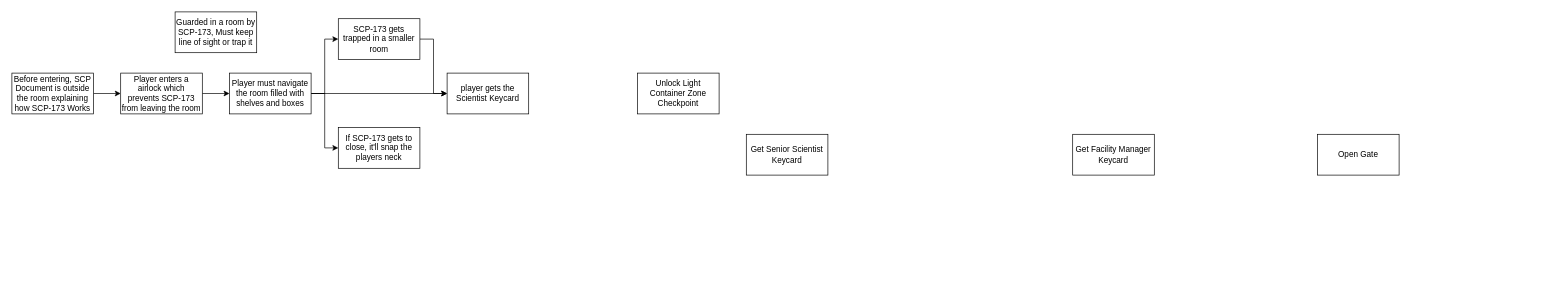
This is Assets/Scenes/Test Scenes/Puzzle Design Document.drawio from Mysterion83/GamesDesignAssessment, a draw.io file, before an edit. Source tidied: cells renumbered, new cells numbered last; positions are measured from the earlier drawing's top-left corner, leaving out a move shared by most shapes. Both pictures are drawn from the tidied source at 68%, with x=0, y=0 at pixel (12, 12).
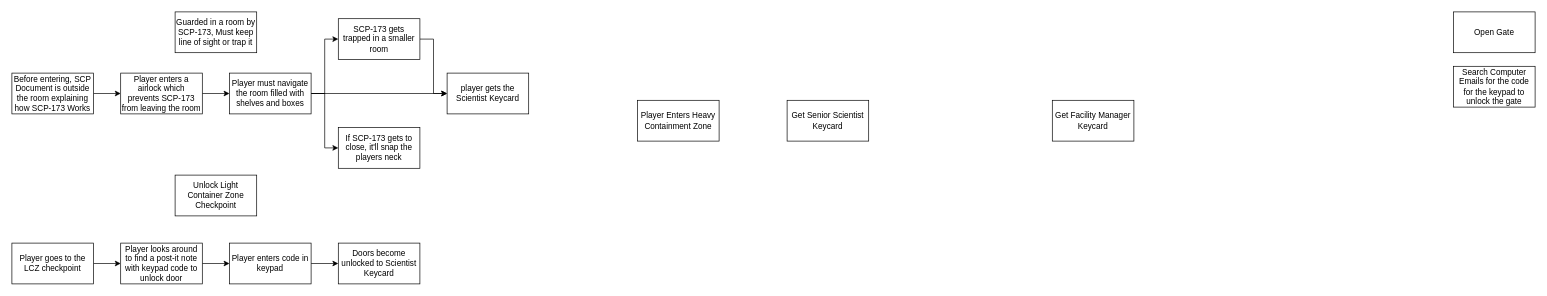
The same diagram, later.

The edit, as a diff of the source:
```diff
@@
     <mxCell id="3" value="Get Senior Scientist Keycard" style="rounded=0;whiteSpace=wrap;html=1;" parent="1" vertex="1">
-      <mxGeometry x="1080" y="180" width="120" height="60" as="geometry" />
+      <mxGeometry x="1140" y="130" width="120" height="60" as="geometry" />
     </mxCell>
     <mxCell id="4" value="Get Facility Manager Keycard" style="rounded=0;whiteSpace=wrap;html=1;" parent="1" vertex="1">
-      <mxGeometry x="1560" y="180" width="120" height="60" as="geometry" />
+      <mxGeometry x="1530" y="130" width="120" height="60" as="geometry" />
     </mxCell>
     <mxCell id="5" value="Open Gate" style="rounded=0;whiteSpace=wrap;html=1;" parent="1" vertex="1">
-      <mxGeometry x="1920" y="180" width="120" height="60" as="geometry" />
+      <mxGeometry x="2120" width="120" height="60" as="geometry" />
     </mxCell>
@@
     <mxCell id="18" value="Unlock Light Container Zone Checkpoint" style="rounded=0;whiteSpace=wrap;html=1;" parent="1" vertex="1">
-      <mxGeometry x="920" y="90" width="120" height="60" as="geometry" />
+      <mxGeometry x="240" y="240" width="120" height="60" as="geometry" />
     </mxCell>
+    <mxCell id="19" style="edgeStyle=orthogonalEdgeStyle;rounded=0;jettySize=auto;html=1;" parent="1" edge="1" source="20" target="22">
+      <mxGeometry relative="1" as="geometry" />
+    </mxCell>
+    <mxCell id="20" value="Player goes to the LCZ checkpoint" style="rounded=0;whiteSpace=wrap;html=1;" parent="1" vertex="1">
+      <mxGeometry y="340" width="120" height="60" as="geometry" />
+    </mxCell>
+    <mxCell id="21" style="edgeStyle=orthogonalEdgeStyle;rounded=0;jettySize=auto;html=1;" parent="1" edge="1" source="22" target="24">
+      <mxGeometry relative="1" as="geometry" />
+    </mxCell>
+    <mxCell id="22" value="Player looks around to find a post-it note with keypad code to unlock door" style="rounded=0;whiteSpace=wrap;html=1;" parent="1" vertex="1">
+      <mxGeometry x="160" y="340" width="120" height="60" as="geometry" />
+    </mxCell>
+    <mxCell id="23" style="edgeStyle=orthogonalEdgeStyle;rounded=0;jettySize=auto;html=1;" parent="1" edge="1" source="24" target="25">
+      <mxGeometry relative="1" as="geometry" />
+    </mxCell>
+    <mxCell id="24" value="Player enters code in keypad" style="rounded=0;whiteSpace=wrap;html=1;" parent="1" vertex="1">
+      <mxGeometry x="320" y="340" width="120" height="60" as="geometry" />
+    </mxCell>
+    <mxCell id="25" value="Doors become unlocked to Scientist Keycard" style="rounded=0;whiteSpace=wrap;html=1;" parent="1" vertex="1">
+      <mxGeometry x="480" y="340" width="120" height="60" as="geometry" />
+    </mxCell>
+    <mxCell id="26" value="Player Enters Heavy Containment Zone" style="rounded=0;whiteSpace=wrap;html=1;" parent="1" vertex="1">
+      <mxGeometry x="920" y="130" width="120" height="60" as="geometry" />
+    </mxCell>
+    <mxCell id="27" value="Search Computer Emails for the code for the keypad to unlock the gate" style="rounded=0;whiteSpace=wrap;html=1;" parent="1" vertex="1">
+      <mxGeometry x="2120" y="80" width="120" height="60" as="geometry" />
+    </mxCell>
```
